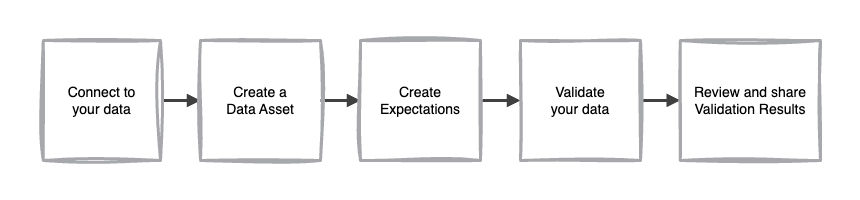
Earlier version of the draw.io export docs/docusaurus/docs/cloud/overview/overview_images/gx_cloud_workflow.png (great-expectations/great_expectations). Source tidied: cells renumbered, new cells last; positions are measured from the earlier drawing's top-left corner, leaving out a move shared by most shapes. Its diagram source:
```xml
<mxGraphModel>
  <root>
    <mxCell id="0" />
    <mxCell id="1" parent="0" />
    <mxCell id="2" style="rounded=0;whiteSpace=wrap;html=1;strokeColor=none;opacity=33;" parent="1" vertex="1">
      <mxGeometry width="860" height="200" as="geometry" />
    </mxCell>
    <mxCell id="3" style="edgeStyle=orthogonalEdgeStyle;rounded=0;jettySize=auto;html=1;endArrow=block;endFill=1;strokeWidth=3;strokeColor=#404041;" parent="1" edge="1" source="7" target="8">
      <mxGeometry relative="1" as="geometry" />
    </mxCell>
    <mxCell id="4" style="edgeStyle=orthogonalEdgeStyle;rounded=0;jettySize=auto;html=1;endArrow=block;endFill=1;strokeWidth=3;strokeColor=#404041;exitX=1;exitY=0.5;exitDx=0;exitDy=0;entryX=0;entryY=0.5;entryDx=0;entryDy=0;" parent="1" edge="1" source="8" target="9">
      <mxGeometry relative="1" as="geometry" />
    </mxCell>
    <mxCell id="5" style="edgeStyle=orthogonalEdgeStyle;rounded=0;jettySize=auto;html=1;endArrow=block;endFill=1;strokeWidth=3;strokeColor=#404041;exitX=1;exitY=0.5;exitDx=0;exitDy=0;entryX=0;entryY=0.5;entryDx=0;entryDy=0;" parent="1" edge="1" source="9" target="10">
      <mxGeometry relative="1" as="geometry" />
    </mxCell>
    <mxCell id="6" style="edgeStyle=orthogonalEdgeStyle;rounded=0;jettySize=auto;html=1;endArrow=block;endFill=1;strokeWidth=3;strokeColor=#404041;exitX=1;exitY=0.5;exitDx=0;exitDy=0;entryX=0;entryY=0.5;entryDx=0;entryDy=0;" parent="1" edge="1" source="10" target="11">
      <mxGeometry relative="1" as="geometry" />
    </mxCell>
    <mxCell id="7" value="Connect to&lt;div&gt;your data&lt;/div&gt;" style="rounded=0;whiteSpace=wrap;html=1;fontSize=14;sketch=1;curveFitting=1;jiggle=2;strokeWidth=3;strokeColor=#A6A8AB;" parent="1" vertex="1">
      <mxGeometry x="42.8" y="40" width="117.2" height="120" as="geometry" />
    </mxCell>
    <mxCell id="8" value="Create a&lt;div&gt;&lt;span&gt;Data Asset&lt;/span&gt;&lt;/div&gt;" style="rounded=0;whiteSpace=wrap;html=1;fontSize=14;sketch=1;curveFitting=1;jiggle=2;strokeWidth=3;strokeColor=#A6A8AB;fontStyle=0;" parent="1" vertex="1">
      <mxGeometry x="200" y="40" width="120" height="120" as="geometry" />
    </mxCell>
    <mxCell id="9" value="Create &lt;span&gt;Expectations&lt;/span&gt;" style="rounded=0;whiteSpace=wrap;html=1;fontSize=14;sketch=1;curveFitting=1;jiggle=2;strokeWidth=3;strokeColor=#A6A8AB;fontStyle=0;" parent="1" vertex="1">
      <mxGeometry x="360" y="40" width="120" height="120" as="geometry" />
    </mxCell>
    <mxCell id="10" value="Validate&lt;br&gt;your data" style="rounded=0;whiteSpace=wrap;html=1;fontSize=14;sketch=1;curveFitting=1;jiggle=2;strokeWidth=3;strokeColor=#A6A8AB;" parent="1" vertex="1">
      <mxGeometry x="520" y="40" width="120" height="120" as="geometry" />
    </mxCell>
    <mxCell id="11" value="Review and share &lt;span&gt;Validation Results&lt;/span&gt;" style="rounded=0;whiteSpace=wrap;html=1;fontSize=14;sketch=1;curveFitting=1;jiggle=2;strokeWidth=3;strokeColor=#A6A8AB;fontStyle=0;" parent="1" vertex="1">
      <mxGeometry x="679.8" y="40" width="140.2" height="120" as="geometry" />
    </mxCell>
  </root>
</mxGraphModel>
```
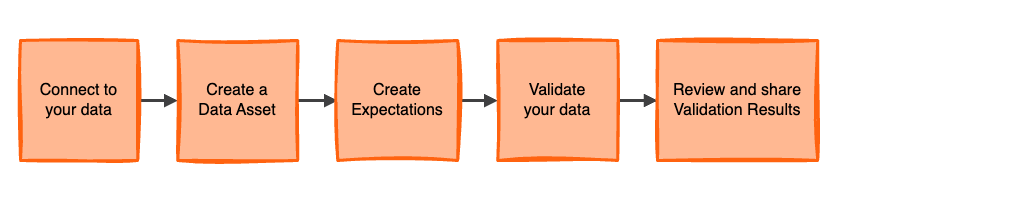
The same diagram one commit later.

Commit message:
overview page and diagrams

The edit, as a diff of the source:
```diff
@@ -2,35 +2,50 @@
   <root>
     <mxCell id="0" />
     <mxCell id="1" parent="0" />
-    <mxCell id="2" style="rounded=0;whiteSpace=wrap;html=1;strokeColor=none;opacity=33;" parent="1" vertex="1">
-      <mxGeometry width="860" height="200" as="geometry" />
+    <mxCell id="2" style="rounded=0;whiteSpace=wrap;html=1;strokeColor=none;opacity=33;fontSize=16;" parent="1" vertex="1">
+      <mxGeometry x="22.8" width="1020" height="200" as="geometry" />
     </mxCell>
-    <mxCell id="3" style="edgeStyle=orthogonalEdgeStyle;rounded=0;jettySize=auto;html=1;endArrow=block;endFill=1;strokeWidth=3;strokeColor=#404041;" parent="1" edge="1" source="7" target="8">
+    <mxCell id="3" style="edgeStyle=orthogonalEdgeStyle;rounded=0;jettySize=auto;html=1;endArrow=block;endFill=1;strokeWidth=3;strokeColor=#404041;fontSize=16;" parent="1" edge="1" source="7" target="8">
       <mxGeometry relative="1" as="geometry" />
     </mxCell>
-    <mxCell id="4" style="edgeStyle=orthogonalEdgeStyle;rounded=0;jettySize=auto;html=1;endArrow=block;endFill=1;strokeWidth=3;strokeColor=#404041;exitX=1;exitY=0.5;exitDx=0;exitDy=0;entryX=0;entryY=0.5;entryDx=0;entryDy=0;" parent="1" edge="1" source="8" target="9">
+    <mxCell id="4" style="edgeStyle=orthogonalEdgeStyle;rounded=0;jettySize=auto;html=1;endArrow=block;endFill=1;strokeWidth=3;strokeColor=#404041;exitX=1;exitY=0.5;exitDx=0;exitDy=0;entryX=0;entryY=0.5;entryDx=0;entryDy=0;fontSize=16;" parent="1" edge="1" source="8" target="9">
       <mxGeometry relative="1" as="geometry" />
     </mxCell>
-    <mxCell id="5" style="edgeStyle=orthogonalEdgeStyle;rounded=0;jettySize=auto;html=1;endArrow=block;endFill=1;strokeWidth=3;strokeColor=#404041;exitX=1;exitY=0.5;exitDx=0;exitDy=0;entryX=0;entryY=0.5;entryDx=0;entryDy=0;" parent="1" edge="1" source="9" target="10">
+    <mxCell id="5" style="edgeStyle=orthogonalEdgeStyle;rounded=0;jettySize=auto;html=1;endArrow=block;endFill=1;strokeWidth=3;strokeColor=#404041;exitX=1;exitY=0.5;exitDx=0;exitDy=0;entryX=0;entryY=0.5;entryDx=0;entryDy=0;fontSize=16;" parent="1" edge="1" source="9" target="10">
       <mxGeometry relative="1" as="geometry" />
     </mxCell>
-    <mxCell id="6" style="edgeStyle=orthogonalEdgeStyle;rounded=0;jettySize=auto;html=1;endArrow=block;endFill=1;strokeWidth=3;strokeColor=#404041;exitX=1;exitY=0.5;exitDx=0;exitDy=0;entryX=0;entryY=0.5;entryDx=0;entryDy=0;" parent="1" edge="1" source="10" target="11">
+    <mxCell id="6" style="edgeStyle=orthogonalEdgeStyle;rounded=0;jettySize=auto;html=1;endArrow=block;endFill=1;strokeWidth=3;strokeColor=#404041;exitX=1;exitY=0.5;exitDx=0;exitDy=0;entryX=0;entryY=0.5;entryDx=0;entryDy=0;fontSize=16;" parent="1" edge="1" source="10" target="11">
       <mxGeometry relative="1" as="geometry" />
     </mxCell>
-    <mxCell id="7" value="Connect to&lt;div&gt;your data&lt;/div&gt;" style="rounded=0;whiteSpace=wrap;html=1;fontSize=14;sketch=1;curveFitting=1;jiggle=2;strokeWidth=3;strokeColor=#A6A8AB;" parent="1" vertex="1">
+    <mxCell id="7" value="Connect to&lt;div style=&quot;font-size: 16px;&quot;&gt;your data&lt;/div&gt;" style="rounded=0;whiteSpace=wrap;html=1;fontSize=16;strokeWidth=3;strokeColor=none;fillColor=#FFB892;" parent="1" vertex="1">
       <mxGeometry x="42.8" y="40" width="117.2" height="120" as="geometry" />
     </mxCell>
-    <mxCell id="8" value="Create a&lt;div&gt;&lt;span&gt;Data Asset&lt;/span&gt;&lt;/div&gt;" style="rounded=0;whiteSpace=wrap;html=1;fontSize=14;sketch=1;curveFitting=1;jiggle=2;strokeWidth=3;strokeColor=#A6A8AB;fontStyle=0;" parent="1" vertex="1">
-      <mxGeometry x="200" y="40" width="120" height="120" as="geometry" />
+    <mxCell id="8" value="Create a&lt;div style=&quot;font-size: 16px;&quot;&gt;&lt;span style=&quot;font-size: 16px;&quot;&gt;Data Asset&lt;/span&gt;&lt;/div&gt;" style="rounded=0;whiteSpace=wrap;html=1;fontSize=16;strokeWidth=3;strokeColor=none;fontStyle=0;fillColor=#FFB892;" parent="1" vertex="1">
+      <mxGeometry x="200.1" y="40" width="120" height="120" as="geometry" />
     </mxCell>
-    <mxCell id="9" value="Create &lt;span&gt;Expectations&lt;/span&gt;" style="rounded=0;whiteSpace=wrap;html=1;fontSize=14;sketch=1;curveFitting=1;jiggle=2;strokeWidth=3;strokeColor=#A6A8AB;fontStyle=0;" parent="1" vertex="1">
-      <mxGeometry x="360" y="40" width="120" height="120" as="geometry" />
+    <mxCell id="9" value="Create &lt;span style=&quot;font-size: 16px;&quot;&gt;Expectations&lt;/span&gt;" style="rounded=0;whiteSpace=wrap;html=1;fontSize=16;strokeWidth=3;strokeColor=none;fontStyle=0;fillColor=#FFB892;" parent="1" vertex="1">
+      <mxGeometry x="360.1" y="40" width="120" height="120" as="geometry" />
     </mxCell>
-    <mxCell id="10" value="Validate&lt;br&gt;your data" style="rounded=0;whiteSpace=wrap;html=1;fontSize=14;sketch=1;curveFitting=1;jiggle=2;strokeWidth=3;strokeColor=#A6A8AB;" parent="1" vertex="1">
+    <mxCell id="10" value="Validate&lt;br style=&quot;font-size: 16px;&quot;&gt;your data" style="rounded=0;whiteSpace=wrap;html=1;fontSize=16;strokeWidth=3;strokeColor=none;fillColor=#FFB892;" parent="1" vertex="1">
       <mxGeometry x="520" y="40" width="120" height="120" as="geometry" />
     </mxCell>
-    <mxCell id="11" value="Review and share &lt;span&gt;Validation Results&lt;/span&gt;" style="rounded=0;whiteSpace=wrap;html=1;fontSize=14;sketch=1;curveFitting=1;jiggle=2;strokeWidth=3;strokeColor=#A6A8AB;fontStyle=0;" parent="1" vertex="1">
-      <mxGeometry x="679.8" y="40" width="140.2" height="120" as="geometry" />
+    <mxCell id="11" value="Review and share &lt;span style=&quot;font-size: 16px;&quot;&gt;Validation Results&lt;/span&gt;" style="rounded=0;whiteSpace=wrap;html=1;fontSize=16;strokeWidth=3;strokeColor=none;fontStyle=0;fillColor=#FFB892;" parent="1" vertex="1">
+      <mxGeometry x="679.8" y="40" width="160.2" height="120" as="geometry" />
     </mxCell>
+    <mxCell id="12" style="rounded=0;whiteSpace=wrap;html=1;fontSize=16;strokeWidth=3;strokeColor=#FF6310;fillColor=none;sketch=1;curveFitting=1;jiggle=2;" parent="1" vertex="1">
+      <mxGeometry x="42.8" y="40" width="117.2" height="120" as="geometry" />
+    </mxCell>
+    <mxCell id="13" style="rounded=0;whiteSpace=wrap;html=1;fontSize=16;strokeWidth=3;strokeColor=#FF6310;fontStyle=0;fillColor=none;sketch=1;curveFitting=1;jiggle=2;" parent="1" vertex="1">
+      <mxGeometry x="200.1" y="40" width="120" height="120" as="geometry" />
+    </mxCell>
+    <mxCell id="14" style="rounded=0;whiteSpace=wrap;html=1;fontSize=16;strokeWidth=3;strokeColor=#FF6310;fontStyle=0;fillColor=none;sketch=1;curveFitting=1;jiggle=2;" parent="1" vertex="1">
+      <mxGeometry x="360.1" y="40" width="120" height="120" as="geometry" />
+    </mxCell>
+    <mxCell id="15" style="rounded=0;whiteSpace=wrap;html=1;fontSize=16;strokeWidth=3;strokeColor=#FF6310;fillColor=none;sketch=1;curveFitting=1;jiggle=2;" parent="1" vertex="1">
+      <mxGeometry x="520" y="40" width="120" height="120" as="geometry" />
+    </mxCell>
+    <mxCell id="16" style="rounded=0;whiteSpace=wrap;html=1;fontSize=16;strokeWidth=3;strokeColor=#FF6310;fontStyle=0;fillColor=none;sketch=1;curveFitting=1;jiggle=2;" parent="1" vertex="1">
+      <mxGeometry x="679.8" y="40" width="160.2" height="120" as="geometry" />
+    </mxCell>
   </root>
 </mxGraphModel>
```
